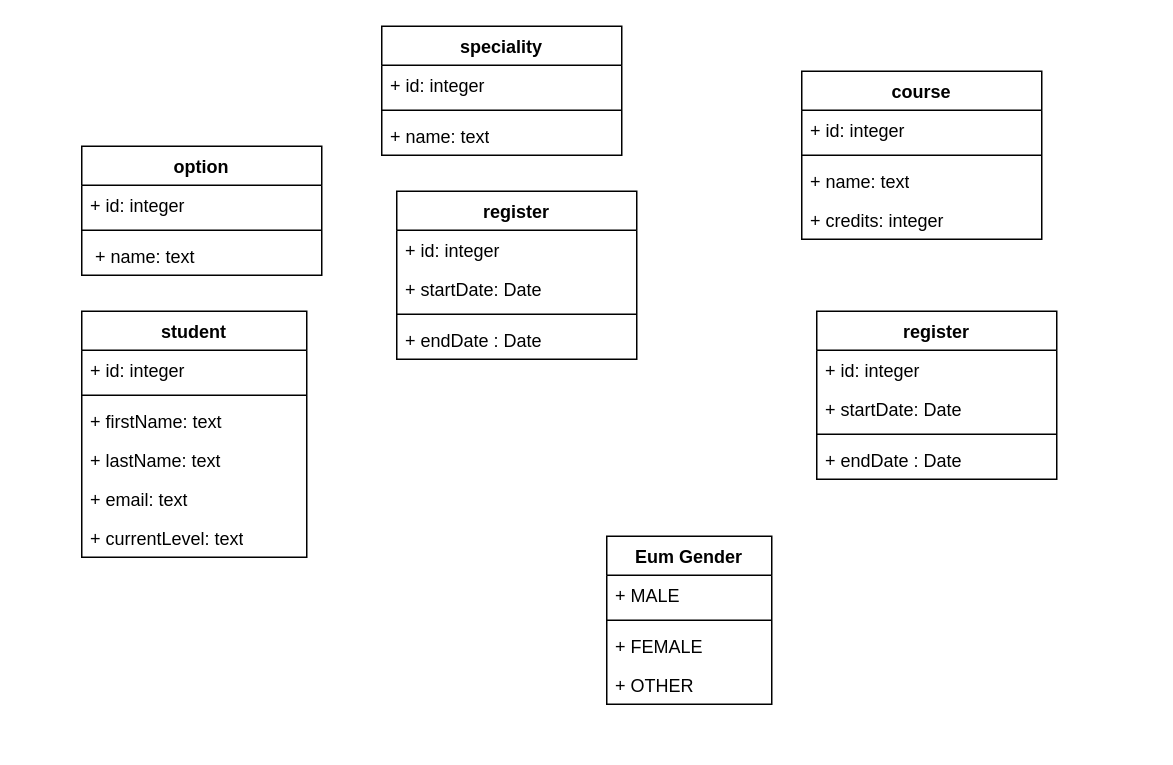
sidofdountio/schoolappui keeps this draw.io diagram as page "Page-1" (1 of 3) of schoolapp-use-case-spring-1.drawio. Above is the earlier version. Source tidied: cells renumbered, new cells numbered last; positions are measured from the earlier drawing's top-left corner, leaving out a move shared by most shapes. Both pictures are drawn from the tidied source at 150%, with x=0, y=0 at pixel (81, 26).
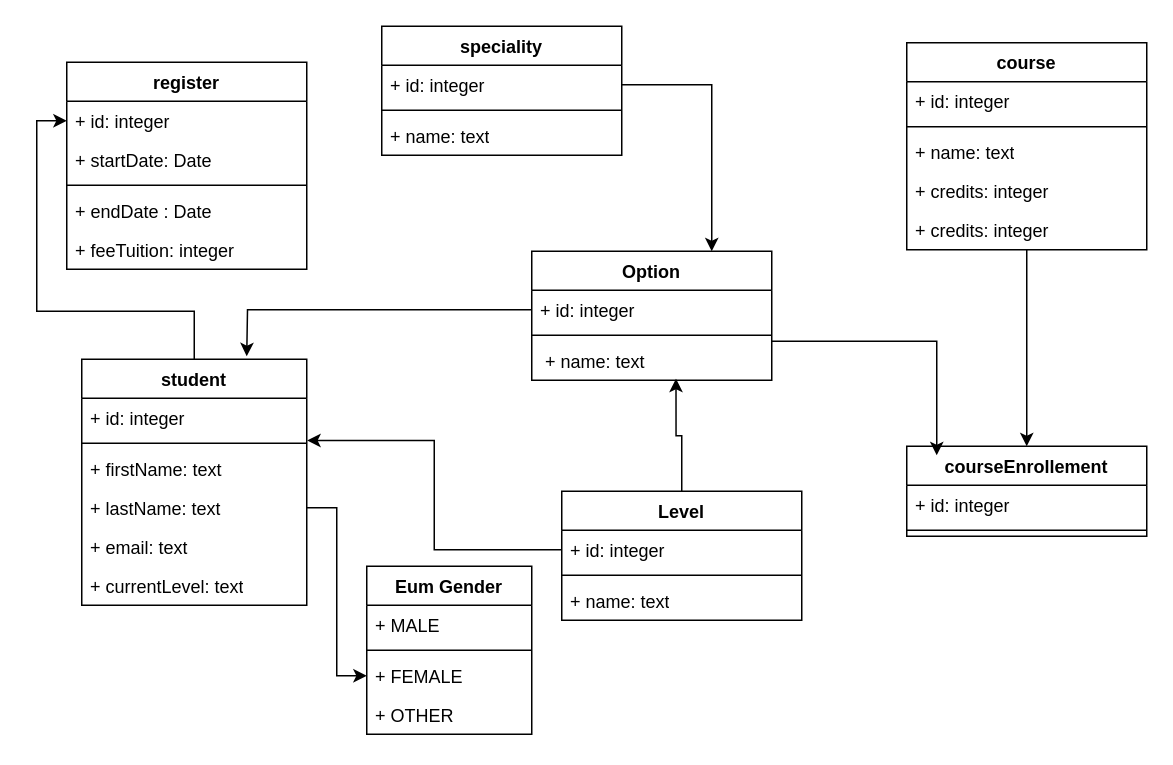
The same page after the edit.

Unchanged cells that the change refers to:
```xml
<mxCell id="3" value="+ id: integer" style="text;strokeColor=none;fillColor=none;align=left;verticalAlign=top;spacingLeft=4;spacingRight=4;overflow=hidden;points=[[0,0.5],[1,0.5]];portConstraint=eastwest;whiteSpace=wrap;html=1;" parent="2" vertex="1">
  <mxGeometry y="26" width="160" height="26" as="geometry" />
</mxCell>
<mxCell id="7" value="+ id: integer" style="text;strokeColor=none;fillColor=none;align=left;verticalAlign=top;spacingLeft=4;spacingRight=4;overflow=hidden;points=[[0,0.5],[1,0.5]];portConstraint=eastwest;whiteSpace=wrap;html=1;" parent="6" vertex="1">
  <mxGeometry y="26" width="160" height="26" as="geometry" />
</mxCell>
<mxCell id="9" value="&amp;nbsp;+ name: text" style="text;strokeColor=none;fillColor=none;align=left;verticalAlign=top;spacingLeft=4;spacingRight=4;overflow=hidden;points=[[0,0.5],[1,0.5]];portConstraint=eastwest;whiteSpace=wrap;html=1;" parent="6" vertex="1">
  <mxGeometry y="60" width="160" height="26" as="geometry" />
</mxCell>
<mxCell id="16" value="+ id: integer" style="text;strokeColor=none;fillColor=none;align=left;verticalAlign=top;spacingLeft=4;spacingRight=4;overflow=hidden;points=[[0,0.5],[1,0.5]];portConstraint=eastwest;whiteSpace=wrap;html=1;" parent="15" vertex="1">
  <mxGeometry y="26" width="150" height="26" as="geometry" />
</mxCell>
<mxCell id="19" value="+ lastName: text" style="text;strokeColor=none;fillColor=none;align=left;verticalAlign=top;spacingLeft=4;spacingRight=4;overflow=hidden;points=[[0,0.5],[1,0.5]];portConstraint=eastwest;whiteSpace=wrap;html=1;" parent="15" vertex="1">
  <mxGeometry y="86" width="150" height="26" as="geometry" />
</mxCell>
<mxCell id="25" value="+ FEMALE" style="text;strokeColor=none;fillColor=none;align=left;verticalAlign=top;spacingLeft=4;spacingRight=4;overflow=hidden;points=[[0,0.5],[1,0.5]];portConstraint=eastwest;whiteSpace=wrap;html=1;" parent="22" vertex="1">
  <mxGeometry y="60" width="110" height="26" as="geometry" />
</mxCell>
<mxCell id="28" value="+ id: integer" style="text;strokeColor=none;fillColor=none;align=left;verticalAlign=top;spacingLeft=4;spacingRight=4;overflow=hidden;points=[[0,0.5],[1,0.5]];portConstraint=eastwest;whiteSpace=wrap;html=1;" parent="27" vertex="1">
  <mxGeometry y="26" width="160" height="26" as="geometry" />
</mxCell>
```

The edit, as a diff of the source:
```diff
@@
-    <mxCell id="6" value="option" style="swimlane;fontStyle=1;align=center;verticalAlign=top;horizontal=1;startSize=26;whiteSpace=wrap;html=1;" parent="1" vertex="1">
-      <mxGeometry y="80" width="160" height="86" as="geometry" />
+    <mxCell id="6" value="Option" style="swimlane;fontStyle=1;align=center;verticalAlign=top;horizontal=1;startSize=26;whiteSpace=wrap;html=1;" parent="1" vertex="1">
+      <mxGeometry x="300" y="150" width="160" height="86" as="geometry" />
     </mxCell>
+    <mxCell id="37" style="edgeStyle=orthogonalEdgeStyle;rounded=0;jettySize=auto;html=1;" parent="6" edge="1" source="7">
+      <mxGeometry relative="1" as="geometry">
+        <mxPoint x="-190" y="70" as="targetPoint" />
+      </mxGeometry>
+    </mxCell>
@@
+    <mxCell id="38" style="edgeStyle=orthogonalEdgeStyle;rounded=0;jettySize=auto;html=1;entryX=0.5;entryY=0;entryDx=0;entryDy=0;" parent="1" edge="1" source="10" target="32">
+      <mxGeometry relative="1" as="geometry" />
+    </mxCell>
     <mxCell id="10" value="course" style="swimlane;fontStyle=1;align=center;verticalAlign=top;horizontal=1;startSize=26;whiteSpace=wrap;html=1;" parent="1" vertex="1">
-      <mxGeometry x="480" y="30" width="160" height="112" as="geometry" />
+      <mxGeometry x="550" y="11" width="160" height="138" as="geometry" />
     </mxCell>
@@
+    <mxCell id="39" value="+ credits: integer" style="text;strokeColor=none;fillColor=none;align=left;verticalAlign=top;spacingLeft=4;spacingRight=4;overflow=hidden;whiteSpace=wrap;html=1;" parent="10" vertex="1">
+      <mxGeometry y="112" width="160" height="26" as="geometry" />
+    </mxCell>
+    <mxCell id="40" style="edgeStyle=orthogonalEdgeStyle;rounded=0;jettySize=auto;html=1;entryX=0;entryY=0.5;entryDx=0;entryDy=0;" parent="1" edge="1" source="15" target="28">
+      <mxGeometry relative="1" as="geometry">
+        <Array as="points">
+          <mxPoint x="75" y="190" />
+          <mxPoint x="-30" y="190" />
+          <mxPoint x="-30" y="63" />
+        </Array>
+      </mxGeometry>
+    </mxCell>
     <mxCell id="15" value="student" style="swimlane;fontStyle=1;align=center;verticalAlign=top;horizontal=1;startSize=26;whiteSpace=wrap;html=1;" parent="1" vertex="1">
-      <mxGeometry y="190" width="150" height="164" as="geometry" />
+      <mxGeometry y="222" width="150" height="164" as="geometry" />
     </mxCell>
@@
     <mxCell id="22" value="Eum Gender" style="swimlane;fontStyle=1;align=center;verticalAlign=top;horizontal=1;startSize=26;whiteSpace=wrap;html=1;" parent="1" vertex="1">
-      <mxGeometry x="350" y="340" width="110" height="112" as="geometry" />
+      <mxGeometry x="190" y="360" width="110" height="112" as="geometry" />
     </mxCell>
@@
     <mxCell id="27" value="register" style="swimlane;fontStyle=1;align=center;verticalAlign=top;horizontal=1;startSize=26;whiteSpace=wrap;html=1;" parent="1" vertex="1">
-      <mxGeometry x="210" y="110" width="160" height="112" as="geometry" />
+      <mxGeometry x="-10" y="24" width="160" height="138" as="geometry" />
     </mxCell>
@@
+    <mxCell id="41" value="+ feeTuition: integer" style="text;strokeColor=none;fillColor=none;align=left;verticalAlign=top;spacingLeft=4;spacingRight=4;overflow=hidden;whiteSpace=wrap;html=1;" parent="27" vertex="1">
+      <mxGeometry y="112" width="160" height="26" as="geometry" />
+    </mxCell>
-    <mxCell id="32" value="register" style="swimlane;fontStyle=1;align=center;verticalAlign=top;horizontal=1;startSize=26;whiteSpace=wrap;html=1;" parent="1" vertex="1">
-      <mxGeometry x="490" y="190" width="160" height="112" as="geometry" />
+    <mxCell id="32" value="courseEnrollement" style="swimlane;fontStyle=1;align=center;verticalAlign=top;horizontal=1;startSize=26;whiteSpace=wrap;html=1;" parent="1" vertex="1">
+      <mxGeometry x="550" y="280" width="160" height="60" as="geometry" />
     </mxCell>
@@
-    <mxCell id="34" value="+ startDate: Date" style="text;strokeColor=none;fillColor=none;align=left;verticalAlign=top;spacingLeft=4;spacingRight=4;overflow=hidden;whiteSpace=wrap;html=1;" parent="32" vertex="1">
-      <mxGeometry y="52" width="160" height="26" as="geometry" />
-    </mxCell>
     <mxCell id="35" style="line;strokeWidth=1;fillColor=none;align=left;verticalAlign=middle;spacingTop=-1;spacingLeft=3;spacingRight=3;labelPosition=right;strokeColor=inherit;" parent="32" vertex="1">
-      <mxGeometry y="78" width="160" height="8" as="geometry" />
+      <mxGeometry y="52" width="160" height="8" as="geometry" />
     </mxCell>
-    <mxCell id="36" value="+ endDate : Date" style="text;strokeColor=none;fillColor=none;align=left;verticalAlign=top;spacingLeft=4;spacingRight=4;overflow=hidden;whiteSpace=wrap;html=1;" parent="32" vertex="1">
-      <mxGeometry y="86" width="160" height="26" as="geometry" />
-    </mxCell>
+    <mxCell id="42" style="edgeStyle=orthogonalEdgeStyle;rounded=0;jettySize=auto;html=1;entryX=0;entryY=0.5;entryDx=0;entryDy=0;" parent="1" edge="1" source="19" target="25">
+      <mxGeometry relative="1" as="geometry" />
+    </mxCell>
+    <mxCell id="43" style="edgeStyle=orthogonalEdgeStyle;rounded=0;jettySize=auto;html=1;entryX=0.125;entryY=0.1;entryDx=0;entryDy=0;entryPerimeter=0;" parent="1" edge="1" source="9" target="32">
+      <mxGeometry relative="1" as="geometry">
+        <Array as="points">
+          <mxPoint x="570" y="210" />
+        </Array>
+      </mxGeometry>
+    </mxCell>
+    <mxCell id="44" value="Level" style="swimlane;fontStyle=1;align=center;verticalAlign=top;horizontal=1;startSize=26;whiteSpace=wrap;html=1;" parent="1" vertex="1">
+      <mxGeometry x="320" y="310" width="160" height="86" as="geometry" />
+    </mxCell>
+    <mxCell id="45" value="+ id: integer" style="text;strokeColor=none;fillColor=none;align=left;verticalAlign=top;spacingLeft=4;spacingRight=4;overflow=hidden;points=[[0,0.5],[1,0.5]];portConstraint=eastwest;whiteSpace=wrap;html=1;" parent="44" vertex="1">
+      <mxGeometry y="26" width="160" height="26" as="geometry" />
+    </mxCell>
+    <mxCell id="46" style="line;strokeWidth=1;fillColor=none;align=left;verticalAlign=middle;spacingTop=-1;spacingLeft=3;spacingRight=3;labelPosition=right;strokeColor=inherit;" parent="44" vertex="1">
+      <mxGeometry y="52" width="160" height="8" as="geometry" />
+    </mxCell>
+    <mxCell id="47" value="+ name: text" style="text;strokeColor=none;fillColor=none;align=left;verticalAlign=top;spacingLeft=4;spacingRight=4;overflow=hidden;whiteSpace=wrap;html=1;" parent="44" vertex="1">
+      <mxGeometry y="60" width="160" height="26" as="geometry" />
+    </mxCell>
+    <mxCell id="48" style="edgeStyle=orthogonalEdgeStyle;rounded=0;jettySize=auto;html=1;entryX=0.75;entryY=0;entryDx=0;entryDy=0;" parent="1" edge="1" source="3" target="6">
+      <mxGeometry relative="1" as="geometry" />
+    </mxCell>
+    <mxCell id="49" style="edgeStyle=orthogonalEdgeStyle;rounded=0;jettySize=auto;html=1;entryX=1.002;entryY=1.084;entryDx=0;entryDy=0;entryPerimeter=0;" parent="1" edge="1" source="45" target="16">
+      <mxGeometry relative="1" as="geometry" />
+    </mxCell>
+    <mxCell id="50" style="edgeStyle=orthogonalEdgeStyle;rounded=0;jettySize=auto;html=1;entryX=0.601;entryY=0.962;entryDx=0;entryDy=0;entryPerimeter=0;" parent="1" edge="1" source="44" target="9">
+      <mxGeometry relative="1" as="geometry" />
+    </mxCell>
```
